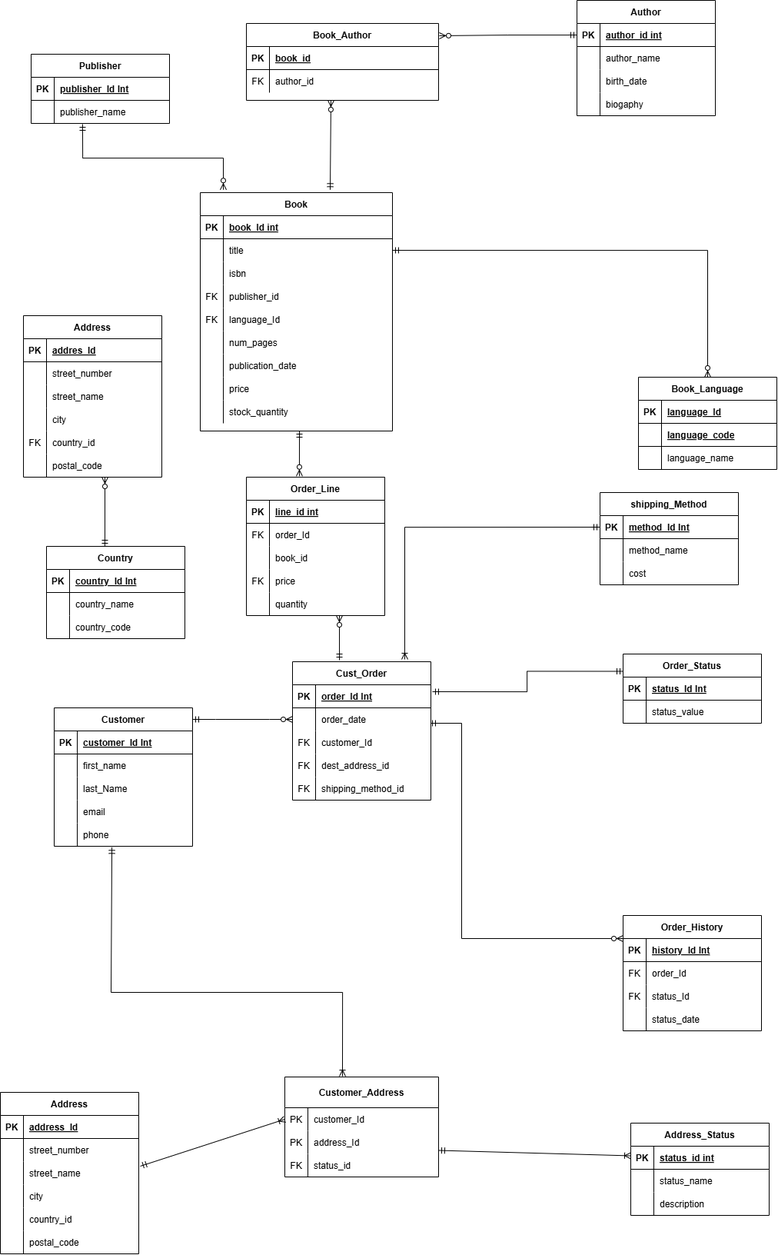
Before: BookStore.drawio.png, a diagram exported from draw.io (briankush/Bookstoredb). Source tidied: cells renumbered, new cells last; positions are measured from the earlier drawing's top-left corner, leaving out a move shared by most shapes.
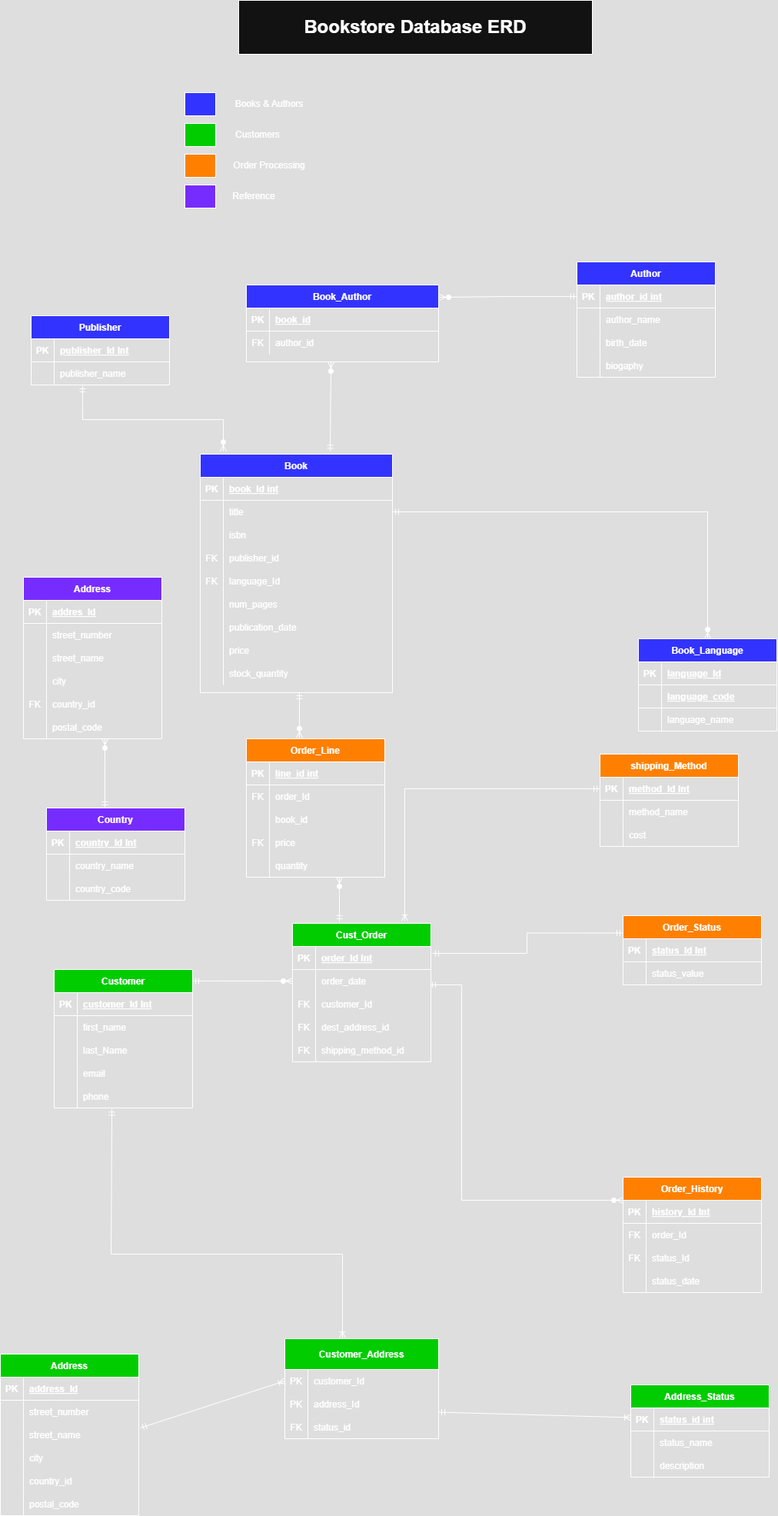
The same file after the commit.

Change to the diagram source:
```diff
@@ -2,7 +2,7 @@
   <root>
     <mxCell id="0" />
     <mxCell id="1" parent="0" />
-    <mxCell id="2" value="Book_Author" style="shape=table;startSize=30;rowLines=0;fontStyle=1;align=center;" parent="1" vertex="1">
+    <mxCell id="2" value="Book_Author" style="shape=table;startSize=30;rowLines=0;fontStyle=1;align=center;fillColor=#3333FF;" parent="1" vertex="1">
       <mxGeometry x="320" y="30" width="250" height="100" as="geometry" />
     </mxCell>
     <mxCell id="3" style="shape=partialRectangle;fillColor=none;top=0;left=0;right=0;bottom=1;" parent="2" vertex="1">
@@ -23,7 +23,7 @@
     <mxCell id="8" value="author_id" style="shape=partialRectangle;overflow=hidden;fillColor=none;top=0;left=0;bottom=0;right=0;align=left;spacingLeft=6;" parent="6" vertex="1">
       <mxGeometry x="30" width="220" height="30" as="geometry" />
     </mxCell>
-    <mxCell id="9" value="Book" style="shape=table;startSize=30;rowLines=0;fontStyle=1;align=center;" parent="1" vertex="1">
+    <mxCell id="9" value="Book" style="shape=table;startSize=30;rowLines=0;fontStyle=1;align=center;fillColor=#3333FF;" parent="1" vertex="1">
       <mxGeometry x="260" y="250" width="250" height="310" as="geometry" />
     </mxCell>
     <mxCell id="10" style="shape=partialRectangle;fillColor=none;top=0;left=0;right=0;bottom=1;" parent="9" vertex="1">
@@ -107,7 +107,7 @@
     <mxCell id="36" value="stock_quantity" style="shape=partialRectangle;overflow=hidden;fillColor=none;top=0;left=0;bottom=0;right=0;align=left;spacingLeft=6;" parent="34" vertex="1">
       <mxGeometry x="30" width="220" height="30" as="geometry" />
     </mxCell>
-    <mxCell id="37" value="Publisher" style="shape=table;startSize=30;rowLines=0;fontStyle=1;align=center;" parent="1" vertex="1">
+    <mxCell id="37" value="Publisher" style="shape=table;startSize=30;rowLines=0;fontStyle=1;align=center;fillColor=#3333FF;" parent="1" vertex="1">
       <mxGeometry x="40" y="70" width="180" height="90" as="geometry" />
     </mxCell>
     <mxCell id="38" style="shape=tableRow;horizontal=0;startSize=0;swimlaneHead=0;swimlaneBody=0;fillColor=none;top=0;left=0;right=0;bottom=1;" parent="37" vertex="1">
@@ -128,7 +128,7 @@
     <mxCell id="43" value="publisher_name" style="shape=partialRectangle;fillColor=none;top=0;left=0;bottom=0;right=0;align=left;spacingLeft=6;overflow=hidden;" parent="41" vertex="1">
       <mxGeometry x="30" width="150" height="30" as="geometry" />
     </mxCell>
-    <mxCell id="44" value="Customer" style="shape=table;startSize=30;rowLines=0;fontStyle=1;align=center;" parent="1" vertex="1">
+    <mxCell id="44" value="Customer" style="shape=table;startSize=30;rowLines=0;fontStyle=1;align=center;fillColor=#00CC00;" parent="1" vertex="1">
       <mxGeometry x="70" y="920" width="180" height="180" as="geometry" />
     </mxCell>
     <mxCell id="45" style="shape=tableRow;horizontal=0;startSize=0;swimlaneHead=0;swimlaneBody=0;fillColor=none;top=0;left=0;right=0;bottom=1;" parent="44" vertex="1">
@@ -176,7 +176,7 @@
     <mxCell id="59" value="phone" style="shape=partialRectangle;fillColor=none;top=0;left=0;bottom=0;right=0;align=left;spacingLeft=6;overflow=hidden;" parent="57" vertex="1">
       <mxGeometry x="30" width="150" height="30" as="geometry" />
     </mxCell>
-    <mxCell id="60" value="Address" style="shape=table;startSize=30;rowLines=0;fontStyle=1;align=center;" parent="1" vertex="1">
+    <mxCell id="60" value="Address" style="shape=table;startSize=30;rowLines=0;fontStyle=1;align=center;fillColor=#772CFF;" parent="1" vertex="1">
       <mxGeometry x="30" y="410" width="180" height="210" as="geometry" />
     </mxCell>
     <mxCell id="61" style="shape=tableRow;horizontal=0;startSize=0;swimlaneHead=0;swimlaneBody=0;fillColor=none;top=0;left=0;right=0;bottom=1;" parent="60" vertex="1">
@@ -233,7 +233,7 @@
     <mxCell id="78" value="postal_code" style="shape=partialRectangle;fillColor=none;top=0;left=0;bottom=0;right=0;align=left;spacingLeft=6;overflow=hidden;" parent="76" vertex="1">
       <mxGeometry x="30" width="150" height="30" as="geometry" />
     </mxCell>
-    <mxCell id="79" value="Order_Line" style="shape=table;startSize=30;rowLines=0;fontStyle=1;align=center;" parent="1" vertex="1">
+    <mxCell id="79" value="Order_Line" style="shape=table;startSize=30;rowLines=0;fontStyle=1;align=center;fillColor=#FF8000;" parent="1" vertex="1">
       <mxGeometry x="320" y="620" width="180" height="180" as="geometry" />
     </mxCell>
     <mxCell id="80" style="shape=tableRow;horizontal=0;startSize=0;swimlaneHead=0;swimlaneBody=0;fillColor=none;top=0;left=0;right=0;bottom=1;" parent="79" vertex="1">
@@ -281,7 +281,7 @@
     <mxCell id="94" value="quantity" style="shape=partialRectangle;fillColor=none;top=0;left=0;bottom=0;right=0;align=left;spacingLeft=6;overflow=hidden;" parent="92" vertex="1">
       <mxGeometry x="30" width="150" height="30" as="geometry" />
     </mxCell>
-    <mxCell id="95" value="Address_Status" style="shape=table;startSize=30;rowLines=0;fontStyle=1;align=center;" parent="1" vertex="1">
+    <mxCell id="95" value="Address_Status" style="shape=table;startSize=30;rowLines=0;fontStyle=1;align=center;fillColor=#00CC00;" parent="1" vertex="1">
       <mxGeometry x="820" y="1460" width="180" height="120" as="geometry" />
     </mxCell>
     <mxCell id="96" style="shape=tableRow;horizontal=0;startSize=0;swimlaneHead=0;swimlaneBody=0;fillColor=none;points=[[0,0.5],[1,0.5]];portConstraint=eastwest;top=0;left=0;right=0;bottom=1;" parent="95" vertex="1">
@@ -311,7 +311,7 @@
     <mxCell id="104" value="description" style="shape=partialRectangle;fillColor=none;top=0;left=0;bottom=0;right=0;align=left;spacingLeft=6;overflow=hidden;" parent="102" vertex="1">
       <mxGeometry x="30" width="150" height="30" as="geometry" />
     </mxCell>
-    <mxCell id="105" value="Book_Language" style="shape=table;startSize=30;rowLines=0;fontStyle=1;align=center;" parent="1" vertex="1">
+    <mxCell id="105" value="Book_Language" style="shape=table;startSize=30;rowLines=0;fontStyle=1;align=center;fillColor=#3333FF;" parent="1" vertex="1">
       <mxGeometry x="830" y="490" width="180" height="120" as="geometry" />
     </mxCell>
     <mxCell id="106" style="shape=tableRow;horizontal=0;startSize=0;swimlaneHead=0;swimlaneBody=0;fillColor=none;top=0;left=0;right=0;bottom=1;" parent="105" vertex="1">
@@ -341,7 +341,7 @@
     <mxCell id="114" value="language_name" style="shape=partialRectangle;fillColor=none;top=0;left=0;bottom=0;right=0;align=left;spacingLeft=6;overflow=hidden;" parent="112" vertex="1">
       <mxGeometry x="30" width="150" height="30" as="geometry" />
     </mxCell>
-    <mxCell id="115" value="Customer_Address" style="shape=table;startSize=40;rowLines=0;fontStyle=1;align=center;" parent="1" vertex="1">
+    <mxCell id="115" value="Customer_Address" style="shape=table;startSize=40;rowLines=0;fontStyle=1;align=center;fillColor=#00CC00;" parent="1" vertex="1">
       <mxGeometry x="370" y="1400" width="200" height="130" as="geometry" />
     </mxCell>
     <mxCell id="116" style="shape=tableRow;horizontal=0;startSize=0;swimlaneHead=0;swimlaneBody=0;fillColor=none;points=[[0,0.5],[1,0.5]];portConstraint=eastwest;top=0;left=0;right=0;bottom=0;" parent="115" vertex="1">
@@ -371,7 +371,7 @@
     <mxCell id="124" value="status_id" style="shape=partialRectangle;fillColor=none;top=0;left=0;bottom=0;right=0;align=left;spacingLeft=6;overflow=hidden;" parent="122" vertex="1">
       <mxGeometry x="30" width="170" height="30" as="geometry" />
     </mxCell>
-    <mxCell id="125" value="Order_Status" style="shape=table;startSize=30;rowLines=0;fontStyle=1;align=center;" parent="1" vertex="1">
+    <mxCell id="125" value="Order_Status" style="shape=table;startSize=30;rowLines=0;fontStyle=1;align=center;fillColor=#FF8000;" parent="1" vertex="1">
       <mxGeometry x="810" y="850" width="180" height="90" as="geometry" />
     </mxCell>
     <mxCell id="126" style="shape=tableRow;horizontal=0;startSize=0;swimlaneHead=0;swimlaneBody=0;fillColor=none;top=0;left=0;right=0;bottom=1;" parent="125" vertex="1">
@@ -392,7 +392,7 @@
     <mxCell id="131" value="status_value" style="shape=partialRectangle;fillColor=none;top=0;left=0;bottom=0;right=0;align=left;spacingLeft=6;overflow=hidden;" parent="129" vertex="1">
       <mxGeometry x="30" width="150" height="30" as="geometry" />
     </mxCell>
-    <mxCell id="132" value="Country" style="shape=table;startSize=30;rowLines=0;fontStyle=1;align=center;" parent="1" vertex="1">
+    <mxCell id="132" value="Country" style="shape=table;startSize=30;rowLines=0;fontStyle=1;align=center;fillColor=#772CFF;" parent="1" vertex="1">
       <mxGeometry x="60" y="710" width="180" height="120" as="geometry" />
     </mxCell>
     <mxCell id="133" style="shape=tableRow;horizontal=0;startSize=0;swimlaneHead=0;swimlaneBody=0;fillColor=none;top=0;left=0;right=0;bottom=1;" parent="132" vertex="1">
@@ -422,7 +422,7 @@
     <mxCell id="141" value="country_code" style="shape=partialRectangle;fillColor=none;top=0;left=0;bottom=0;right=0;align=left;spacingLeft=6;overflow=hidden;" parent="139" vertex="1">
       <mxGeometry x="30" width="150" height="30" as="geometry" />
     </mxCell>
-    <mxCell id="142" value="Author" style="shape=table;startSize=30;rowLines=0;fontStyle=1;align=center;" parent="1" vertex="1">
+    <mxCell id="142" value="Author" style="shape=table;startSize=30;rowLines=0;fontStyle=1;align=center;fillColor=#3333FF;" parent="1" vertex="1">
       <mxGeometry x="750" width="180" height="150" as="geometry" />
     </mxCell>
     <mxCell id="143" style="shape=tableRow;horizontal=0;startSize=0;swimlaneHead=0;swimlaneBody=0;fillColor=none;points=[[0,0.5],[1,0.5]];portConstraint=eastwest;top=0;left=0;right=0;bottom=1;" parent="142" vertex="1">
@@ -461,7 +461,7 @@
     <mxCell id="154" value="biogaphy" style="shape=partialRectangle;fillColor=none;top=0;left=0;bottom=0;right=0;align=left;spacingLeft=6;overflow=hidden;" parent="152" vertex="1">
       <mxGeometry x="30" width="150" height="30" as="geometry" />
     </mxCell>
-    <mxCell id="155" value="Order_History" style="shape=table;startSize=30;rowLines=0;fontStyle=1;align=center;" parent="1" vertex="1">
+    <mxCell id="155" value="Order_History" style="shape=table;startSize=30;rowLines=0;fontStyle=1;align=center;fillColor=#FF8000;" parent="1" vertex="1">
       <mxGeometry x="810" y="1190" width="180" height="150" as="geometry" />
     </mxCell>
     <mxCell id="156" style="shape=tableRow;horizontal=0;startSize=0;swimlaneHead=0;swimlaneBody=0;fillColor=none;points=[[0,0.5],[1,0.5]];portConstraint=eastwest;top=0;left=0;right=0;bottom=1;" parent="155" vertex="1">
@@ -500,7 +500,7 @@
     <mxCell id="167" value="status_date" style="shape=partialRectangle;fillColor=none;top=0;left=0;bottom=0;right=0;align=left;spacingLeft=6;overflow=hidden;" parent="165" vertex="1">
       <mxGeometry x="30" width="150" height="30" as="geometry" />
     </mxCell>
-    <mxCell id="168" value="shipping_Method" style="shape=table;startSize=30;rowLines=0;fontStyle=1;align=center;" parent="1" vertex="1">
+    <mxCell id="168" value="shipping_Method" style="shape=table;startSize=30;rowLines=0;fontStyle=1;align=center;fillColor=#FF8000;" parent="1" vertex="1">
       <mxGeometry x="780" y="640" width="180" height="120" as="geometry" />
     </mxCell>
     <mxCell id="169" style="shape=tableRow;horizontal=0;startSize=0;swimlaneHead=0;swimlaneBody=0;fillColor=none;points=[[0,0.5],[1,0.5]];portConstraint=eastwest;top=0;left=0;right=0;bottom=1;" parent="168" vertex="1">
@@ -530,7 +530,7 @@
     <mxCell id="177" value="cost" style="shape=partialRectangle;fillColor=none;top=0;left=0;bottom=0;right=0;align=left;spacingLeft=6;overflow=hidden;" parent="175" vertex="1">
       <mxGeometry x="30" width="150" height="30" as="geometry" />
     </mxCell>
-    <mxCell id="178" value="Cust_Order" style="shape=table;startSize=30;rowLines=0;fontStyle=1;align=center;" parent="1" vertex="1">
+    <mxCell id="178" value="Cust_Order" style="shape=table;startSize=30;rowLines=0;fontStyle=1;align=center;fillColor=#00CC00;" parent="1" vertex="1">
       <mxGeometry x="380" y="860" width="180" height="180" as="geometry" />
     </mxCell>
     <mxCell id="179" style="shape=tableRow;horizontal=0;startSize=0;swimlaneHead=0;swimlaneBody=0;fillColor=none;points=[[0,0.5],[1,0.5]];portConstraint=eastwest;top=0;left=0;right=0;bottom=1;" parent="178" vertex="1">
@@ -620,7 +620,7 @@
         </Array>
       </mxGeometry>
     </mxCell>
-    <mxCell id="203" value="Address" style="shape=table;startSize=30;rowLines=0;fontStyle=1;align=center;" parent="1" vertex="1">
+    <mxCell id="203" value="Address" style="shape=table;startSize=30;rowLines=0;fontStyle=1;align=center;fillColor=#00CC00;" parent="1" vertex="1">
       <mxGeometry y="1420" width="180" height="210" as="geometry" />
     </mxCell>
     <mxCell id="204" style="shape=tableRow;horizontal=0;startSize=0;swimlaneHead=0;swimlaneBody=0;fillColor=none;top=0;left=0;right=0;bottom=1;" parent="203" vertex="1">
@@ -680,9 +680,6 @@
     <mxCell id="222" style="fontSize=12;html=1;endArrow=ERoneToMany;startArrow=ERmandOne;rounded=0;entryX=0;entryY=0.5;entryDx=0;entryDy=0;exitX=1.011;exitY=0.2;exitDx=0;exitDy=0;exitPerimeter=0;" parent="1" edge="1" source="210" target="116">
       <mxGeometry relative="1" as="geometry" />
     </mxCell>
-    <mxCell id="223" style="edgeStyle=orthogonalEdgeStyle;fontSize=12;html=1;endArrow=ERzeroToMany;startArrow=ERmandOne;rounded=0;entryX=1;entryY=0.5;entryDx=0;entryDy=0;exitX=0.328;exitY=-0.033;exitDx=0;exitDy=0;exitPerimeter=0;" parent="1" edge="1" source="95" target="x">
-      <mxGeometry relative="1" as="geometry" />
-    </mxCell>
     <mxCell id="224" style="edgeStyle=orthogonalEdgeStyle;fontSize=12;html=1;endArrow=ERzeroToMany;startArrow=ERmandOne;rounded=0;entryX=0;entryY=0;entryDx=0;entryDy=0;entryPerimeter=0;" parent="1" edge="1" target="156">
       <mxGeometry relative="1" as="geometry">
         <mxPoint x="570" y="940" as="sourcePoint" />
@@ -704,5 +701,32 @@
         <mxPoint x="570" y="1495.5" as="sourcePoint" />
       </mxGeometry>
     </mxCell>
+    <mxCell id="228" value="&lt;b&gt;&lt;font style=&quot;font-size: 24px;&quot;&gt;Bookstore Database ERD&lt;/font&gt;&lt;/b&gt;" style="rounded=0;whiteSpace=wrap;html=1;" parent="1" vertex="1">
+      <mxGeometry x="310" y="-340" width="460" height="70" as="geometry" />
+    </mxCell>
+    <mxCell id="229" style="rounded=0;whiteSpace=wrap;html=1;fillColor=#3333FF;" parent="1" vertex="1">
+      <mxGeometry x="240" y="-220" width="40" height="30" as="geometry" />
+    </mxCell>
+    <mxCell id="230" value="Books &amp;amp; Authors" style="text;html=1;align=center;verticalAlign=middle;whiteSpace=wrap;rounded=0;" parent="1" vertex="1">
+      <mxGeometry x="300" y="-220" width="100" height="30" as="geometry" />
+    </mxCell>
+    <mxCell id="231" style="rounded=0;whiteSpace=wrap;html=1;fillColor=#00CC00;" parent="1" vertex="1">
+      <mxGeometry x="240" y="-180" width="40" height="30" as="geometry" />
+    </mxCell>
+    <mxCell id="232" value="Customers" style="text;html=1;align=center;verticalAlign=middle;whiteSpace=wrap;rounded=0;" parent="1" vertex="1">
+      <mxGeometry x="300" y="-180" width="70" height="30" as="geometry" />
+    </mxCell>
+    <mxCell id="233" style="rounded=0;whiteSpace=wrap;html=1;fillColor=#FF8000;" parent="1" vertex="1">
+      <mxGeometry x="240" y="-140" width="40" height="30" as="geometry" />
+    </mxCell>
+    <mxCell id="234" value="Order Processing" style="text;html=1;align=center;verticalAlign=middle;whiteSpace=wrap;rounded=0;" parent="1" vertex="1">
+      <mxGeometry x="300" y="-140" width="100" height="30" as="geometry" />
+    </mxCell>
+    <mxCell id="235" style="rounded=0;whiteSpace=wrap;html=1;fillColor=#772CFF;" parent="1" vertex="1">
+      <mxGeometry x="240" y="-100" width="40" height="30" as="geometry" />
+    </mxCell>
+    <mxCell id="236" value="Reference" style="text;html=1;align=center;verticalAlign=middle;whiteSpace=wrap;rounded=0;" parent="1" vertex="1">
+      <mxGeometry x="300" y="-100" width="60" height="30" as="geometry" />
+    </mxCell>
   </root>
 </mxGraphModel>
```
